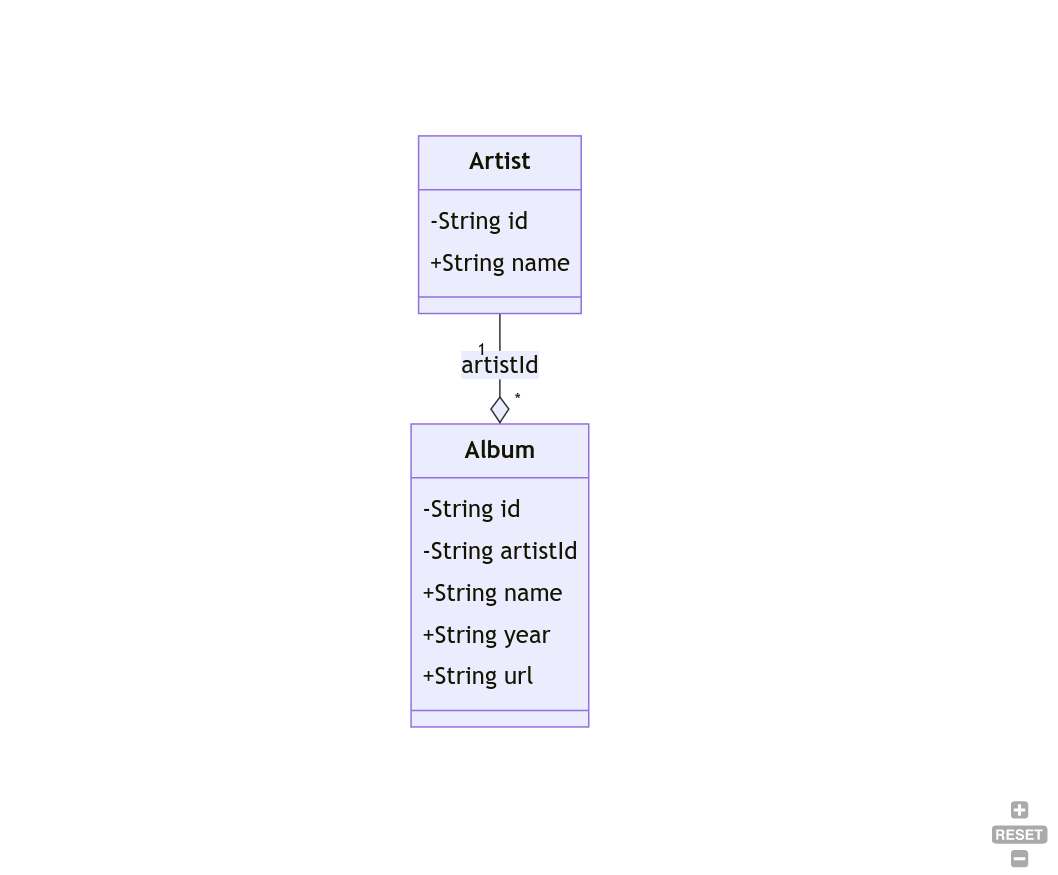
This is api_musicfy/src/apis/album/docs/imgs/album.class.png from FacundoF1/musicfy, a Mermaid export, as it was before one commit. Its source is kept beside it as api_musicfy/src/apis/album/docs/diagrams/album.class.mmd.
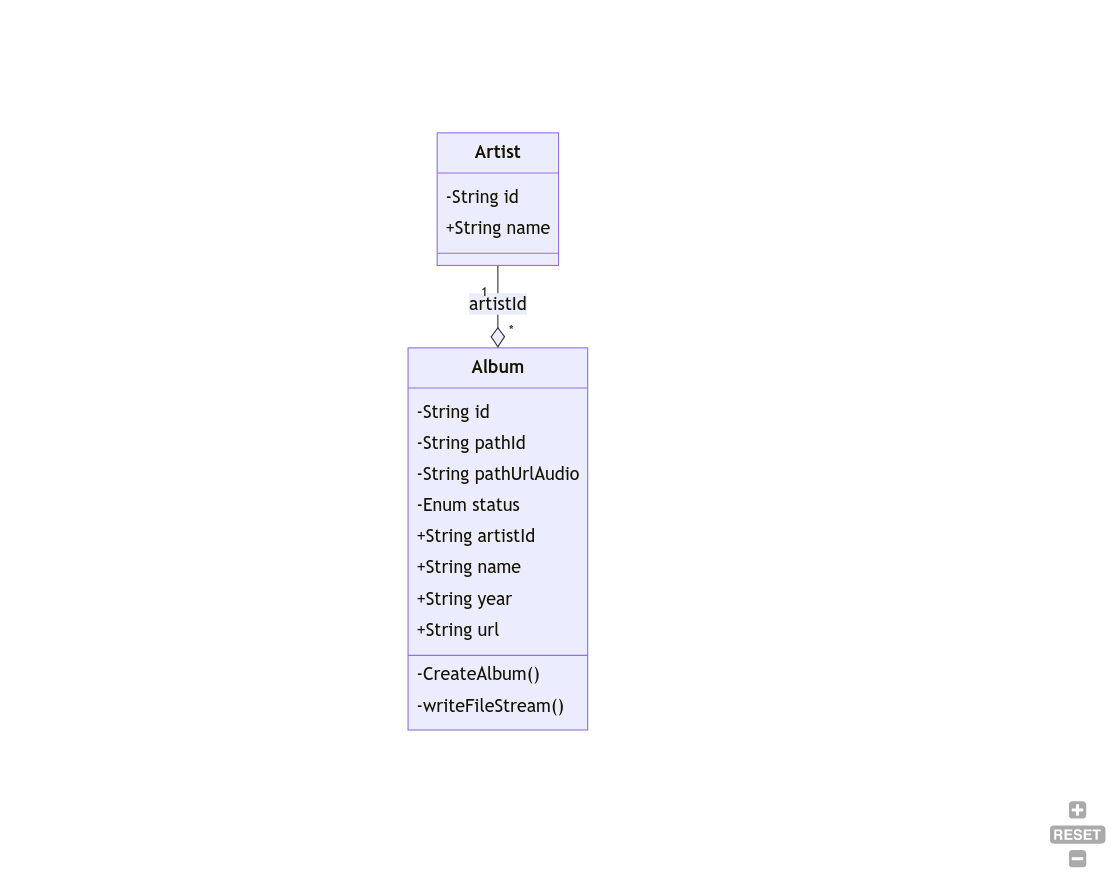
After the commit.

What changed in the source:
```diff
@@ -1,15 +1,20 @@
 classDiagram
     Artist "1" --o "*" Album : artistId
 
-    class Artist{
+    class Artist {
         -String id
         +String name
     }
-    class Album{
+    class Album {
         -String id
-        -String artistId
+        -String pathId
+        -String pathUrlAudio
+        -Enum status
+        +String artistId
         +String name
         +String year
         +String url
+        -CreateAlbum()
+        -writeFileStream()
     }
 
```
